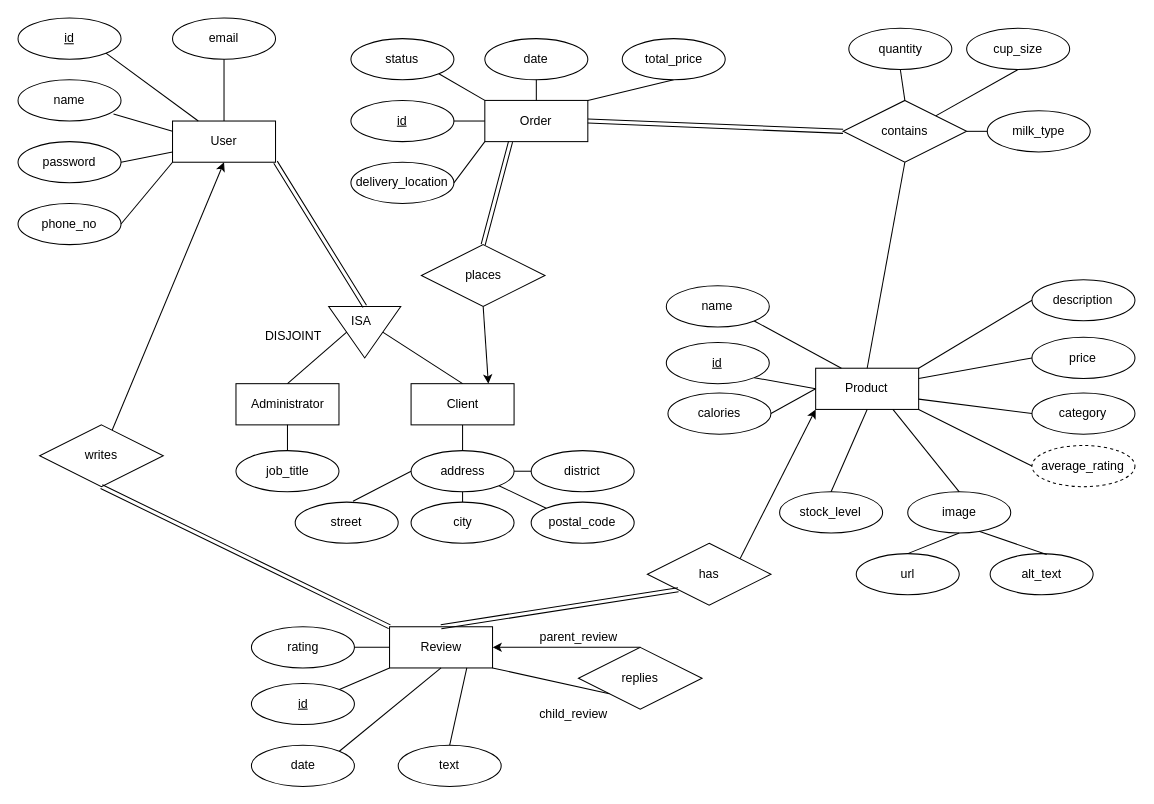
Above: resources/diagrams/erd.dio in steamysips/steamy-sips (draw.io), before the change. Source tidied: cells renumbered, new cells numbered last; positions are measured from the earlier drawing's top-left corner, leaving out a move shared by most shapes. Both pictures are drawn from the tidied source at 103%, with x=0, y=0 at pixel (18, 18).
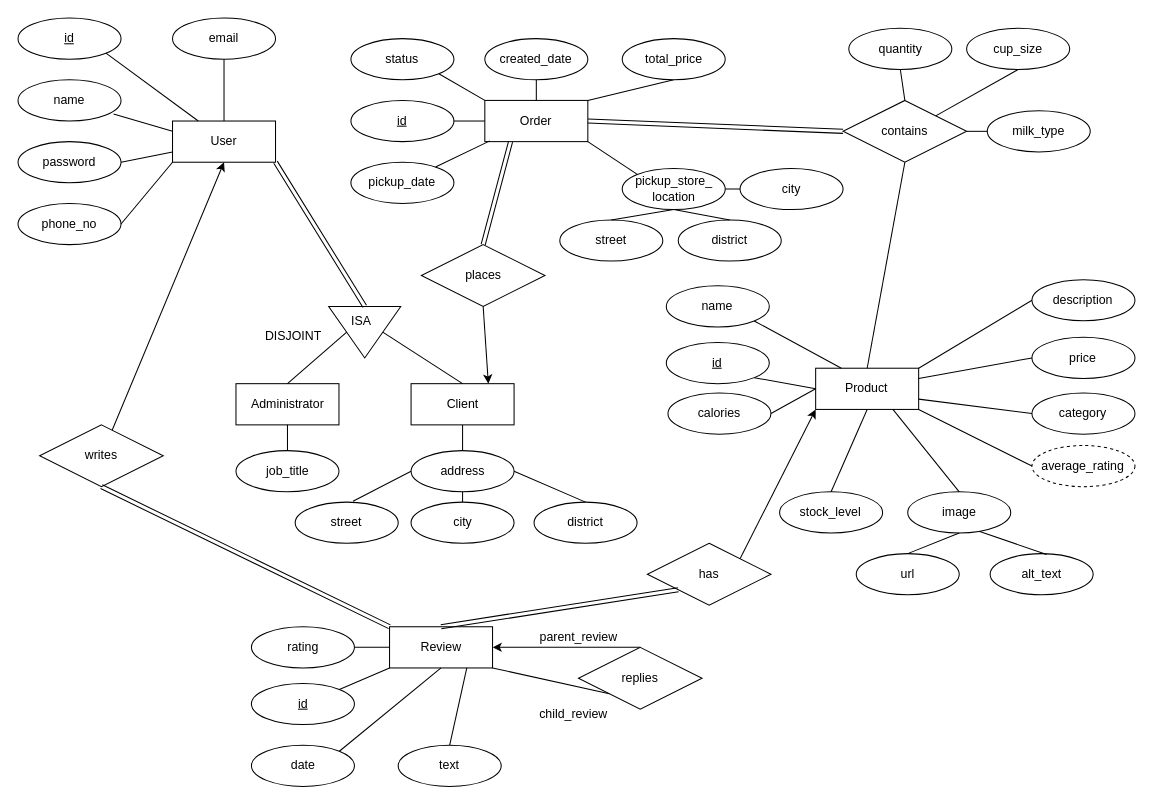
The same page after the edit.

Commit message:
update attributes of order entity: created_date, pickup_store_location, pickup_date

Unchanged cells that the change refers to:
```xml
<mxCell id="43" value="address" style="ellipse;whiteSpace=wrap;html=1;align=center;" parent="1" vertex="1">
  <mxGeometry x="381.6" y="420" width="100" height="40" as="geometry" />
</mxCell>
<mxCell id="55" value="Order" style="whiteSpace=wrap;html=1;align=center;" parent="1" vertex="1">
  <mxGeometry x="453.2" y="80" width="100" height="40" as="geometry" />
</mxCell>
```

The edit, as a diff of the source:
```diff
@@
-    <mxCell id="40" value="date" style="ellipse;whiteSpace=wrap;html=1;align=center;" parent="1" vertex="1">
+    <mxCell id="40" value="created_date" style="ellipse;whiteSpace=wrap;html=1;align=center;" parent="1" vertex="1">
       <mxGeometry x="453.2" y="20" width="100" height="40" as="geometry" />
     </mxCell>
@@
-    <mxCell id="80" value="delivery_location" style="ellipse;whiteSpace=wrap;html=1;align=center;" parent="1" vertex="1">
-      <mxGeometry x="323.2" y="140" width="100" height="40" as="geometry" />
+    <mxCell id="80" value="pickup_store_&lt;br&gt;location" style="ellipse;whiteSpace=wrap;html=1;align=center;" parent="1" vertex="1">
+      <mxGeometry x="586.6" y="146" width="100" height="40" as="geometry" />
     </mxCell>
-    <mxCell id="81" style="endArrow=none;html=1;rounded=0;exitX=0;exitY=1;exitDx=0;exitDy=0;entryX=1;entryY=0.5;entryDx=0;entryDy=0;" parent="1" edge="1" source="55" target="80">
+    <mxCell id="81" style="endArrow=none;html=1;rounded=0;exitX=1;exitY=1;exitDx=0;exitDy=0;entryX=0;entryY=0;entryDx=0;entryDy=0;" parent="1" edge="1" source="55" target="80">
       <mxGeometry relative="1" as="geometry" />
     </mxCell>
@@
     <mxCell id="91" value="district" style="ellipse;whiteSpace=wrap;html=1;align=center;" parent="1" vertex="1">
-      <mxGeometry x="498.2" y="420" width="100" height="40" as="geometry" />
+      <mxGeometry x="501" y="470" width="100" height="40" as="geometry" />
     </mxCell>
-    <mxCell id="92" value="postal_code" style="ellipse;whiteSpace=wrap;html=1;align=center;" parent="1" vertex="1">
-      <mxGeometry x="498.2" y="470" width="100" height="40" as="geometry" />
-    </mxCell>
@@
-    <mxCell id="95" style="endArrow=none;html=1;rounded=0;exitX=0;exitY=0;exitDx=0;exitDy=0;entryX=1;entryY=1;entryDx=0;entryDy=0;" parent="1" edge="1" source="92" target="43">
-      <mxGeometry relative="1" as="geometry" />
-    </mxCell>
-    <mxCell id="96" style="endArrow=none;html=1;rounded=0;exitX=0;exitY=0.5;exitDx=0;exitDy=0;entryX=1;entryY=0.5;entryDx=0;entryDy=0;" parent="1" edge="1" source="91" target="43">
+    <mxCell id="96" style="endArrow=none;html=1;rounded=0;exitX=0.5;exitY=0;exitDx=0;exitDy=0;entryX=1;entryY=0.5;entryDx=0;entryDy=0;" parent="1" edge="1" source="91" target="43">
       <mxGeometry relative="1" as="geometry" />
     </mxCell>
@@
+    <mxCell id="99" value="pickup_date" style="ellipse;whiteSpace=wrap;html=1;align=center;" parent="1" vertex="1">
+      <mxGeometry x="323.2" y="140" width="100" height="40" as="geometry" />
+    </mxCell>
+    <mxCell id="100" style="endArrow=none;html=1;rounded=0;entryX=0.049;entryY=0.982;entryDx=0;entryDy=0;entryPerimeter=0;" parent="1" edge="1" source="99" target="55">
+      <mxGeometry relative="1" as="geometry" />
+    </mxCell>
+    <mxCell id="101" value="street" style="ellipse;whiteSpace=wrap;html=1;align=center;" parent="1" vertex="1">
+      <mxGeometry x="526" y="196" width="100" height="40" as="geometry" />
+    </mxCell>
+    <mxCell id="102" value="district" style="ellipse;whiteSpace=wrap;html=1;align=center;" parent="1" vertex="1">
+      <mxGeometry x="641" y="196" width="100" height="40" as="geometry" />
+    </mxCell>
+    <mxCell id="103" value="city" style="ellipse;whiteSpace=wrap;html=1;align=center;" parent="1" vertex="1">
+      <mxGeometry x="701" y="146" width="100" height="40" as="geometry" />
+    </mxCell>
+    <mxCell id="104" style="endArrow=none;html=1;rounded=0;exitX=0.5;exitY=0;exitDx=0;exitDy=0;entryX=0.5;entryY=1;entryDx=0;entryDy=0;" parent="1" edge="1" source="101" target="80">
+      <mxGeometry relative="1" as="geometry" />
+    </mxCell>
+    <mxCell id="105" style="endArrow=none;html=1;rounded=0;exitX=0.5;exitY=0;exitDx=0;exitDy=0;entryX=0.5;entryY=1;entryDx=0;entryDy=0;" parent="1" edge="1" source="102" target="80">
+      <mxGeometry relative="1" as="geometry" />
+    </mxCell>
+    <mxCell id="106" style="endArrow=none;html=1;rounded=0;exitX=0;exitY=0.5;exitDx=0;exitDy=0;entryX=1;entryY=0.5;entryDx=0;entryDy=0;" parent="1" edge="1" source="103" target="80">
+      <mxGeometry relative="1" as="geometry" />
+    </mxCell>
```
